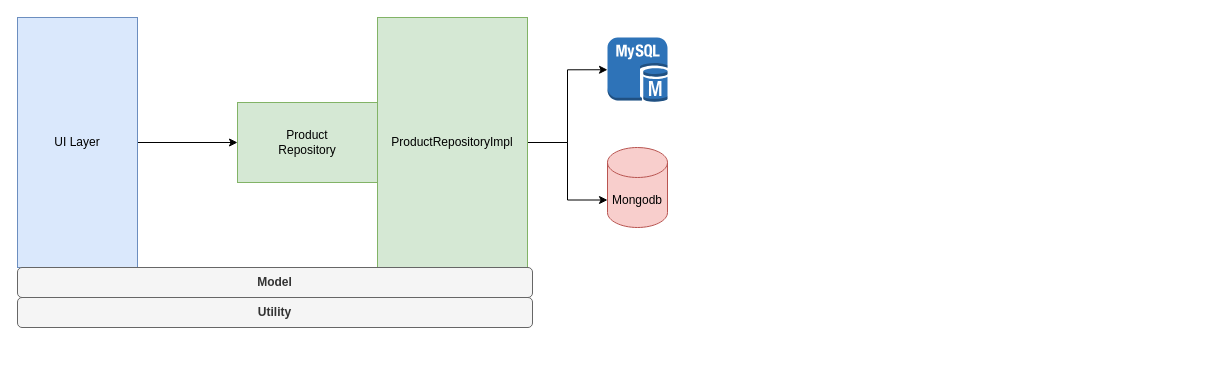
The draw.io diagram page "Layered Architecture" (3 of 3) of spring-core.drawio in ujjawal09/spring-github, before the edit. Source tidied: cells renumbered, new cells numbered last; positions are measured from the earlier drawing's top-left corner, leaving out a move shared by most shapes. Both pictures are drawn from the tidied source at 100%, with x=0, y=0 at pixel (17, 17).
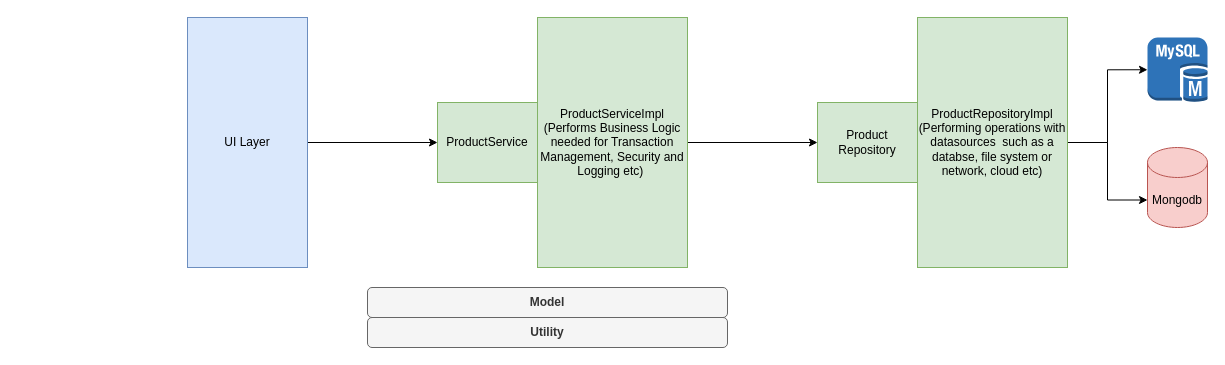
After the change.

What changed in the source:
```diff
@@
 <mxGraphModel>
   <root>
     <mxCell id="0" />
     <mxCell id="1" parent="0" />
     <mxCell id="2" style="edgeStyle=orthogonalEdgeStyle;rounded=0;jettySize=auto;html=1;entryX=0;entryY=0.5;entryDx=0;entryDy=0;entryPerimeter=0;" parent="1" edge="1" source="4" target="7">
       <mxGeometry relative="1" as="geometry" />
     </mxCell>
     <mxCell id="3" style="edgeStyle=orthogonalEdgeStyle;rounded=0;jettySize=auto;html=1;entryX=0;entryY=0;entryDx=0;entryDy=52.5;entryPerimeter=0;" parent="1" edge="1" source="4" target="8">
       <mxGeometry relative="1" as="geometry" />
     </mxCell>
-    <mxCell id="4" value="ProductRepositoryImpl" style="rounded=0;whiteSpace=wrap;html=1;fillColor=#d5e8d4;strokeColor=#82b366;" parent="1" vertex="1">
-      <mxGeometry x="360" width="150" height="250" as="geometry" />
+    <mxCell id="4" value="ProductRepositoryImpl&lt;br&gt;(Performing operations with datasources&amp;nbsp; such as a databse, file system or network, cloud etc)" style="rounded=0;whiteSpace=wrap;html=1;fillColor=#d5e8d4;strokeColor=#82b366;" parent="1" vertex="1">
+      <mxGeometry x="900" width="150" height="250" as="geometry" />
     </mxCell>
-    <mxCell id="5" style="edgeStyle=orthogonalEdgeStyle;rounded=0;jettySize=auto;html=1;" parent="1" edge="1" source="6" target="11">
-      <mxGeometry relative="1" as="geometry" />
-    </mxCell>
+    <mxCell id="12" style="edgeStyle=orthogonalEdgeStyle;rounded=0;jettySize=auto;html=1;entryX=0;entryY=0.5;entryDx=0;entryDy=0;" parent="1" edge="1" source="6" target="15">
+      <mxGeometry relative="1" as="geometry" />
+    </mxCell>
     <mxCell id="6" value="UI Layer" style="rounded=0;whiteSpace=wrap;html=1;fillColor=#dae8fc;strokeColor=#6c8ebf;" parent="1" vertex="1">
-      <mxGeometry width="120" height="250" as="geometry" />
+      <mxGeometry x="170" width="120" height="250" as="geometry" />
     </mxCell>
     <mxCell id="7" style="outlineConnect=0;dashed=0;verticalLabelPosition=bottom;verticalAlign=top;align=center;html=1;shape=mxgraph.aws3.mysql_db_instance;fillColor=#2E73B8;gradientColor=none;" parent="1" vertex="1">
-      <mxGeometry x="590" y="20" width="60" height="64.5" as="geometry" />
+      <mxGeometry x="1130" y="20" width="60" height="64.5" as="geometry" />
     </mxCell>
     <mxCell id="8" value="Mongodb" style="shape=cylinder3;whiteSpace=wrap;html=1;boundedLbl=1;backgroundOutline=1;size=15;fillColor=#f8cecc;strokeColor=#b85450;" parent="1" vertex="1">
-      <mxGeometry x="590" y="130" width="60" height="80" as="geometry" />
+      <mxGeometry x="1130" y="130" width="60" height="80" as="geometry" />
     </mxCell>
     <mxCell id="9" value="Model" style="rounded=1;whiteSpace=wrap;html=1;strokeColor=#666666;fontStyle=1;fillColor=#f5f5f5;fontColor=#333333;" parent="1" vertex="1">
-      <mxGeometry y="250" width="515" height="30" as="geometry" />
+      <mxGeometry x="350" y="270" width="360" height="30" as="geometry" />
     </mxCell>
     <mxCell id="10" value="Utility" style="rounded=1;whiteSpace=wrap;html=1;strokeColor=#666666;fontStyle=1;fillColor=#f5f5f5;fontColor=#333333;" parent="1" vertex="1">
-      <mxGeometry y="280" width="515" height="30" as="geometry" />
+      <mxGeometry x="350" y="300" width="360" height="30" as="geometry" />
     </mxCell>
     <mxCell id="11" value="Product&lt;br&gt;Repository&lt;br&gt;" style="rounded=0;whiteSpace=wrap;html=1;fillColor=#d5e8d4;strokeColor=#82b366;" parent="1" vertex="1">
-      <mxGeometry x="220" y="85" width="140" height="80" as="geometry" />
+      <mxGeometry x="800" y="85" width="100" height="80" as="geometry" />
     </mxCell>
+    <mxCell id="13" style="edgeStyle=orthogonalEdgeStyle;rounded=0;jettySize=auto;html=1;entryX=0;entryY=0.5;entryDx=0;entryDy=0;" parent="1" edge="1" source="14" target="11">
+      <mxGeometry relative="1" as="geometry" />
+    </mxCell>
+    <mxCell id="14" value="ProductServiceImpl&lt;br&gt;(Performs Business Logic needed for Transaction Management, Security and Logging etc)&amp;nbsp;" style="rounded=0;whiteSpace=wrap;html=1;fillColor=#d5e8d4;strokeColor=#82b366;" parent="1" vertex="1">
+      <mxGeometry x="520" width="150" height="250" as="geometry" />
+    </mxCell>
+    <mxCell id="15" value="ProductService" style="rounded=0;whiteSpace=wrap;html=1;fillColor=#d5e8d4;strokeColor=#82b366;" parent="1" vertex="1">
+      <mxGeometry x="420" y="85" width="100" height="80" as="geometry" />
+    </mxCell>
   </root>
 </mxGraphModel>
```
